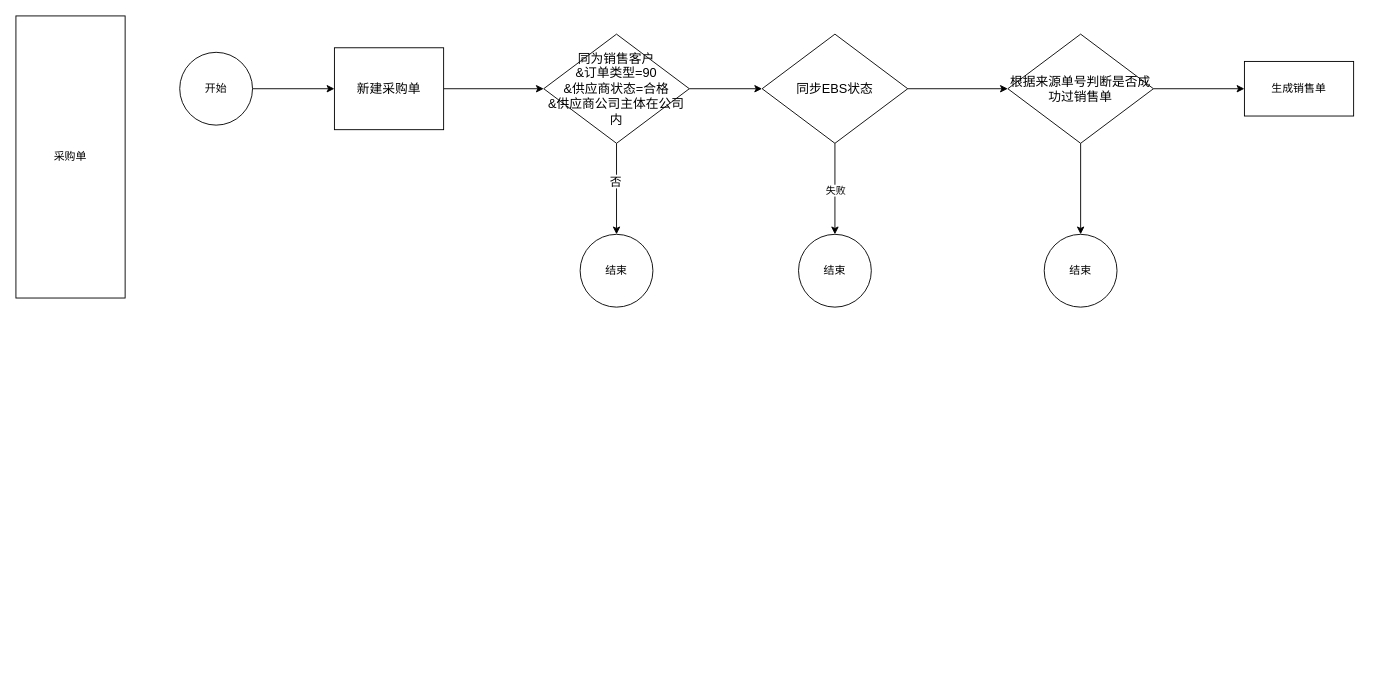
xiaohuihui7726/drawio keeps this draw.io diagram as 自动结算.drawio. Above is the earlier version. Source tidied: cells renumbered, new cells numbered last; positions are measured from the earlier drawing's top-left corner, leaving out a move shared by most shapes. Both pictures are drawn from the tidied source at 91%, with x=0, y=0 at pixel (15, 15).
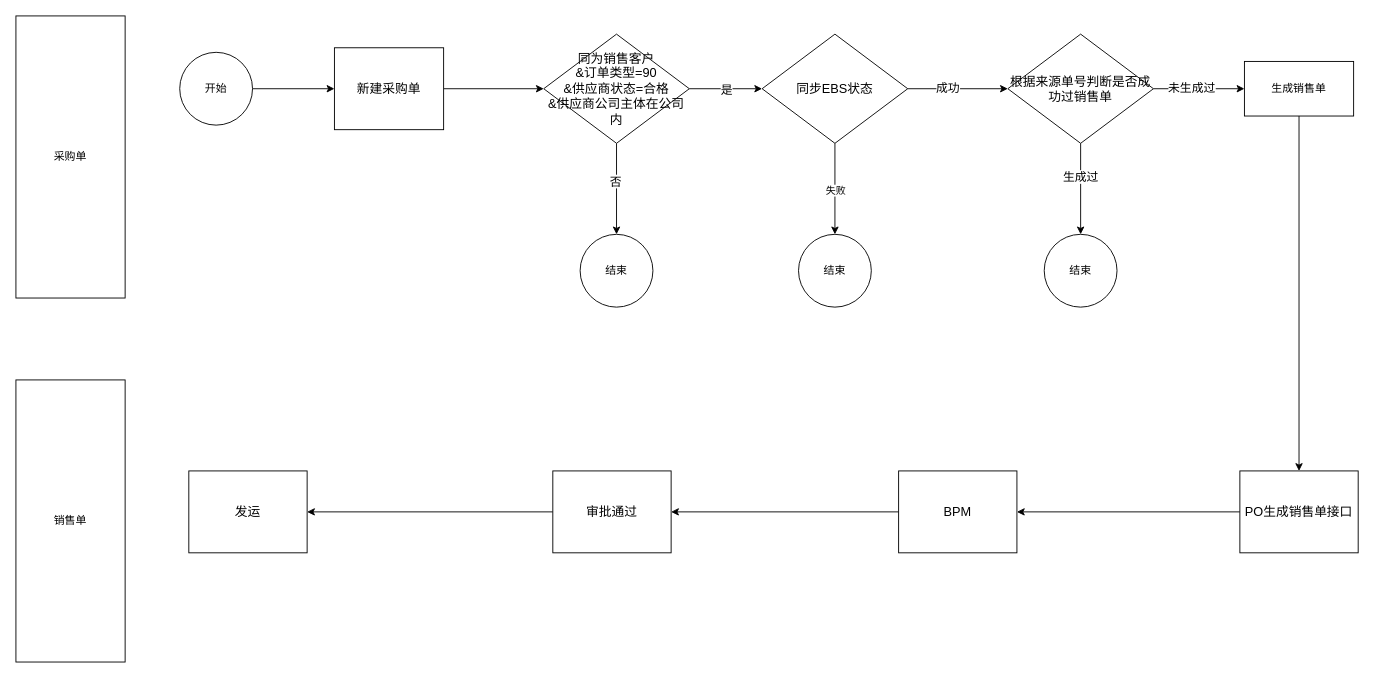
After the change.

The change refers to these unchanged cells:
```xml
<mxCell id="8" style="edgeStyle=orthogonalEdgeStyle;rounded=0;jettySize=auto;html=1;" parent="1" edge="1" source="9" target="14">
  <mxGeometry relative="1" as="geometry" />
</mxCell>
<mxCell id="13" style="edgeStyle=orthogonalEdgeStyle;rounded=0;jettySize=auto;html=1;entryX=0;entryY=0.5;entryDx=0;entryDy=0;" parent="1" edge="1" source="14" target="19">
  <mxGeometry relative="1" as="geometry" />
</mxCell>
<mxCell id="17" style="edgeStyle=orthogonalEdgeStyle;rounded=0;jettySize=auto;html=1;" parent="1" edge="1" source="19" target="20">
  <mxGeometry relative="1" as="geometry" />
</mxCell>
<mxCell id="18" style="edgeStyle=orthogonalEdgeStyle;rounded=0;jettySize=auto;html=1;" parent="1" edge="1" source="19" target="21">
  <mxGeometry relative="1" as="geometry" />
</mxCell>
<mxCell id="21" value="生成销售单" style="whiteSpace=wrap;html=1;" parent="1" vertex="1">
  <mxGeometry x="1350" y="50" width="120" height="60" as="geometry" />
</mxCell>
```

What changed in the source:
```diff
@@
+    <mxCell id="22" value="&lt;font style=&quot;font-size: 13px;&quot;&gt;是&lt;/font&gt;" style="edgeLabel;html=1;align=center;verticalAlign=middle;" parent="8" vertex="1">
+      <mxGeometry relative="1" as="geometry" />
+    </mxCell>
@@
+    <mxCell id="23" value="&lt;font style=&quot;font-size: 13px;&quot;&gt;成功&lt;/font&gt;" style="edgeLabel;html=1;align=center;verticalAlign=middle;" parent="13" vertex="1">
+      <mxGeometry x="-0.22" y="2" relative="1" as="geometry" />
+    </mxCell>
@@
+    <mxCell id="24" value="&lt;font style=&quot;font-size: 13px;&quot;&gt;生成过&lt;/font&gt;" style="edgeLabel;html=1;align=center;verticalAlign=middle;" parent="17" vertex="1">
+      <mxGeometry x="-0.28" y="-1" relative="1" as="geometry" />
+    </mxCell>
@@
+    <mxCell id="25" value="&lt;font style=&quot;font-size: 13px;&quot;&gt;未生成过&lt;/font&gt;" style="edgeLabel;html=1;align=center;verticalAlign=middle;" parent="18" vertex="1">
+      <mxGeometry x="-0.18" y="2" relative="1" as="geometry" />
+    </mxCell>
@@
+    <mxCell id="26" style="edgeStyle=orthogonalEdgeStyle;rounded=0;jettySize=auto;html=1;" parent="1" edge="1" source="21" target="29">
+      <mxGeometry relative="1" as="geometry" />
+    </mxCell>
@@
+    <mxCell id="27" value="销售单" style="rounded=0;whiteSpace=wrap;html=1;" parent="1" vertex="1">
+      <mxGeometry y="400" width="120" height="310" as="geometry" />
+    </mxCell>
+    <mxCell id="28" style="edgeStyle=orthogonalEdgeStyle;rounded=0;jettySize=auto;html=1;" parent="1" edge="1" source="29" target="31">
+      <mxGeometry relative="1" as="geometry" />
+    </mxCell>
+    <mxCell id="29" value="&lt;font style=&quot;font-size: 14px;&quot;&gt;PO生成销售单接口&lt;/font&gt;" style="whiteSpace=wrap;html=1;" parent="1" vertex="1">
+      <mxGeometry x="1345" y="500" width="130" height="90" as="geometry" />
+    </mxCell>
+    <mxCell id="30" style="edgeStyle=orthogonalEdgeStyle;rounded=0;jettySize=auto;html=1;" parent="1" edge="1" source="31" target="33">
+      <mxGeometry relative="1" as="geometry" />
+    </mxCell>
+    <mxCell id="31" value="&lt;span style=&quot;font-size: 14px;&quot;&gt;BPM&lt;/span&gt;" style="whiteSpace=wrap;html=1;" parent="1" vertex="1">
+      <mxGeometry x="970" y="500" width="130" height="90" as="geometry" />
+    </mxCell>
+    <mxCell id="32" style="edgeStyle=orthogonalEdgeStyle;rounded=0;jettySize=auto;html=1;" parent="1" edge="1" source="33" target="34">
+      <mxGeometry relative="1" as="geometry" />
+    </mxCell>
+    <mxCell id="33" value="&lt;span style=&quot;font-size: 14px;&quot;&gt;审批通过&lt;/span&gt;" style="whiteSpace=wrap;html=1;" parent="1" vertex="1">
+      <mxGeometry x="590" y="500" width="130" height="90" as="geometry" />
+    </mxCell>
+    <mxCell id="34" value="&lt;span style=&quot;font-size: 14px;&quot;&gt;发运&lt;/span&gt;" style="whiteSpace=wrap;html=1;" parent="1" vertex="1">
+      <mxGeometry x="190" y="500" width="130" height="90" as="geometry" />
+    </mxCell>
```
